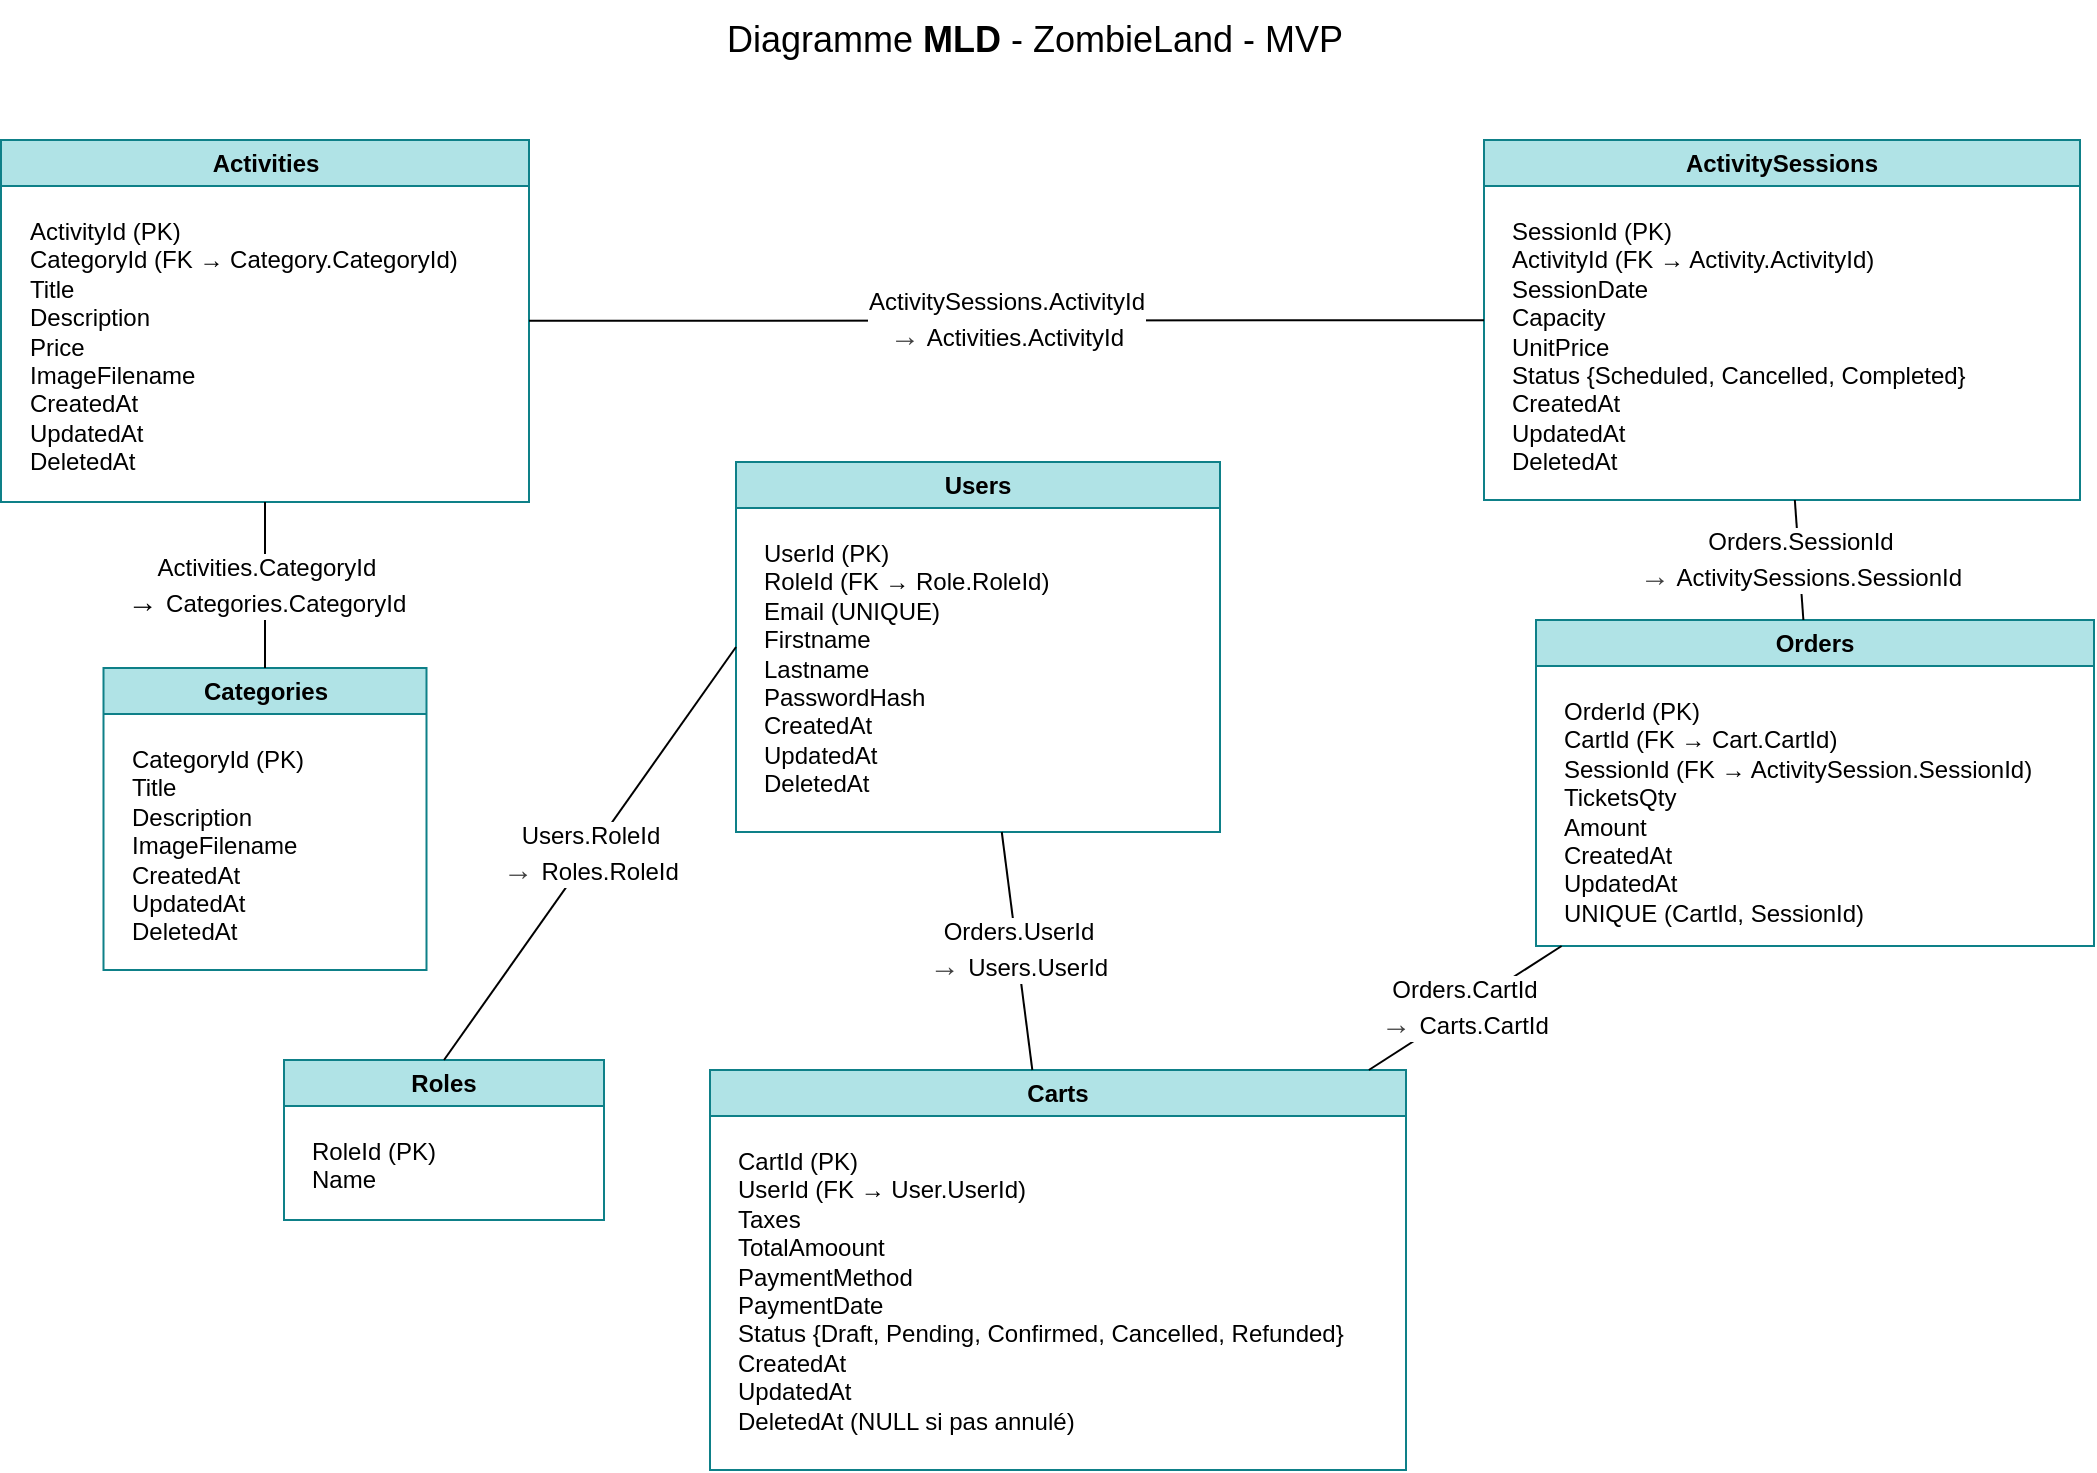
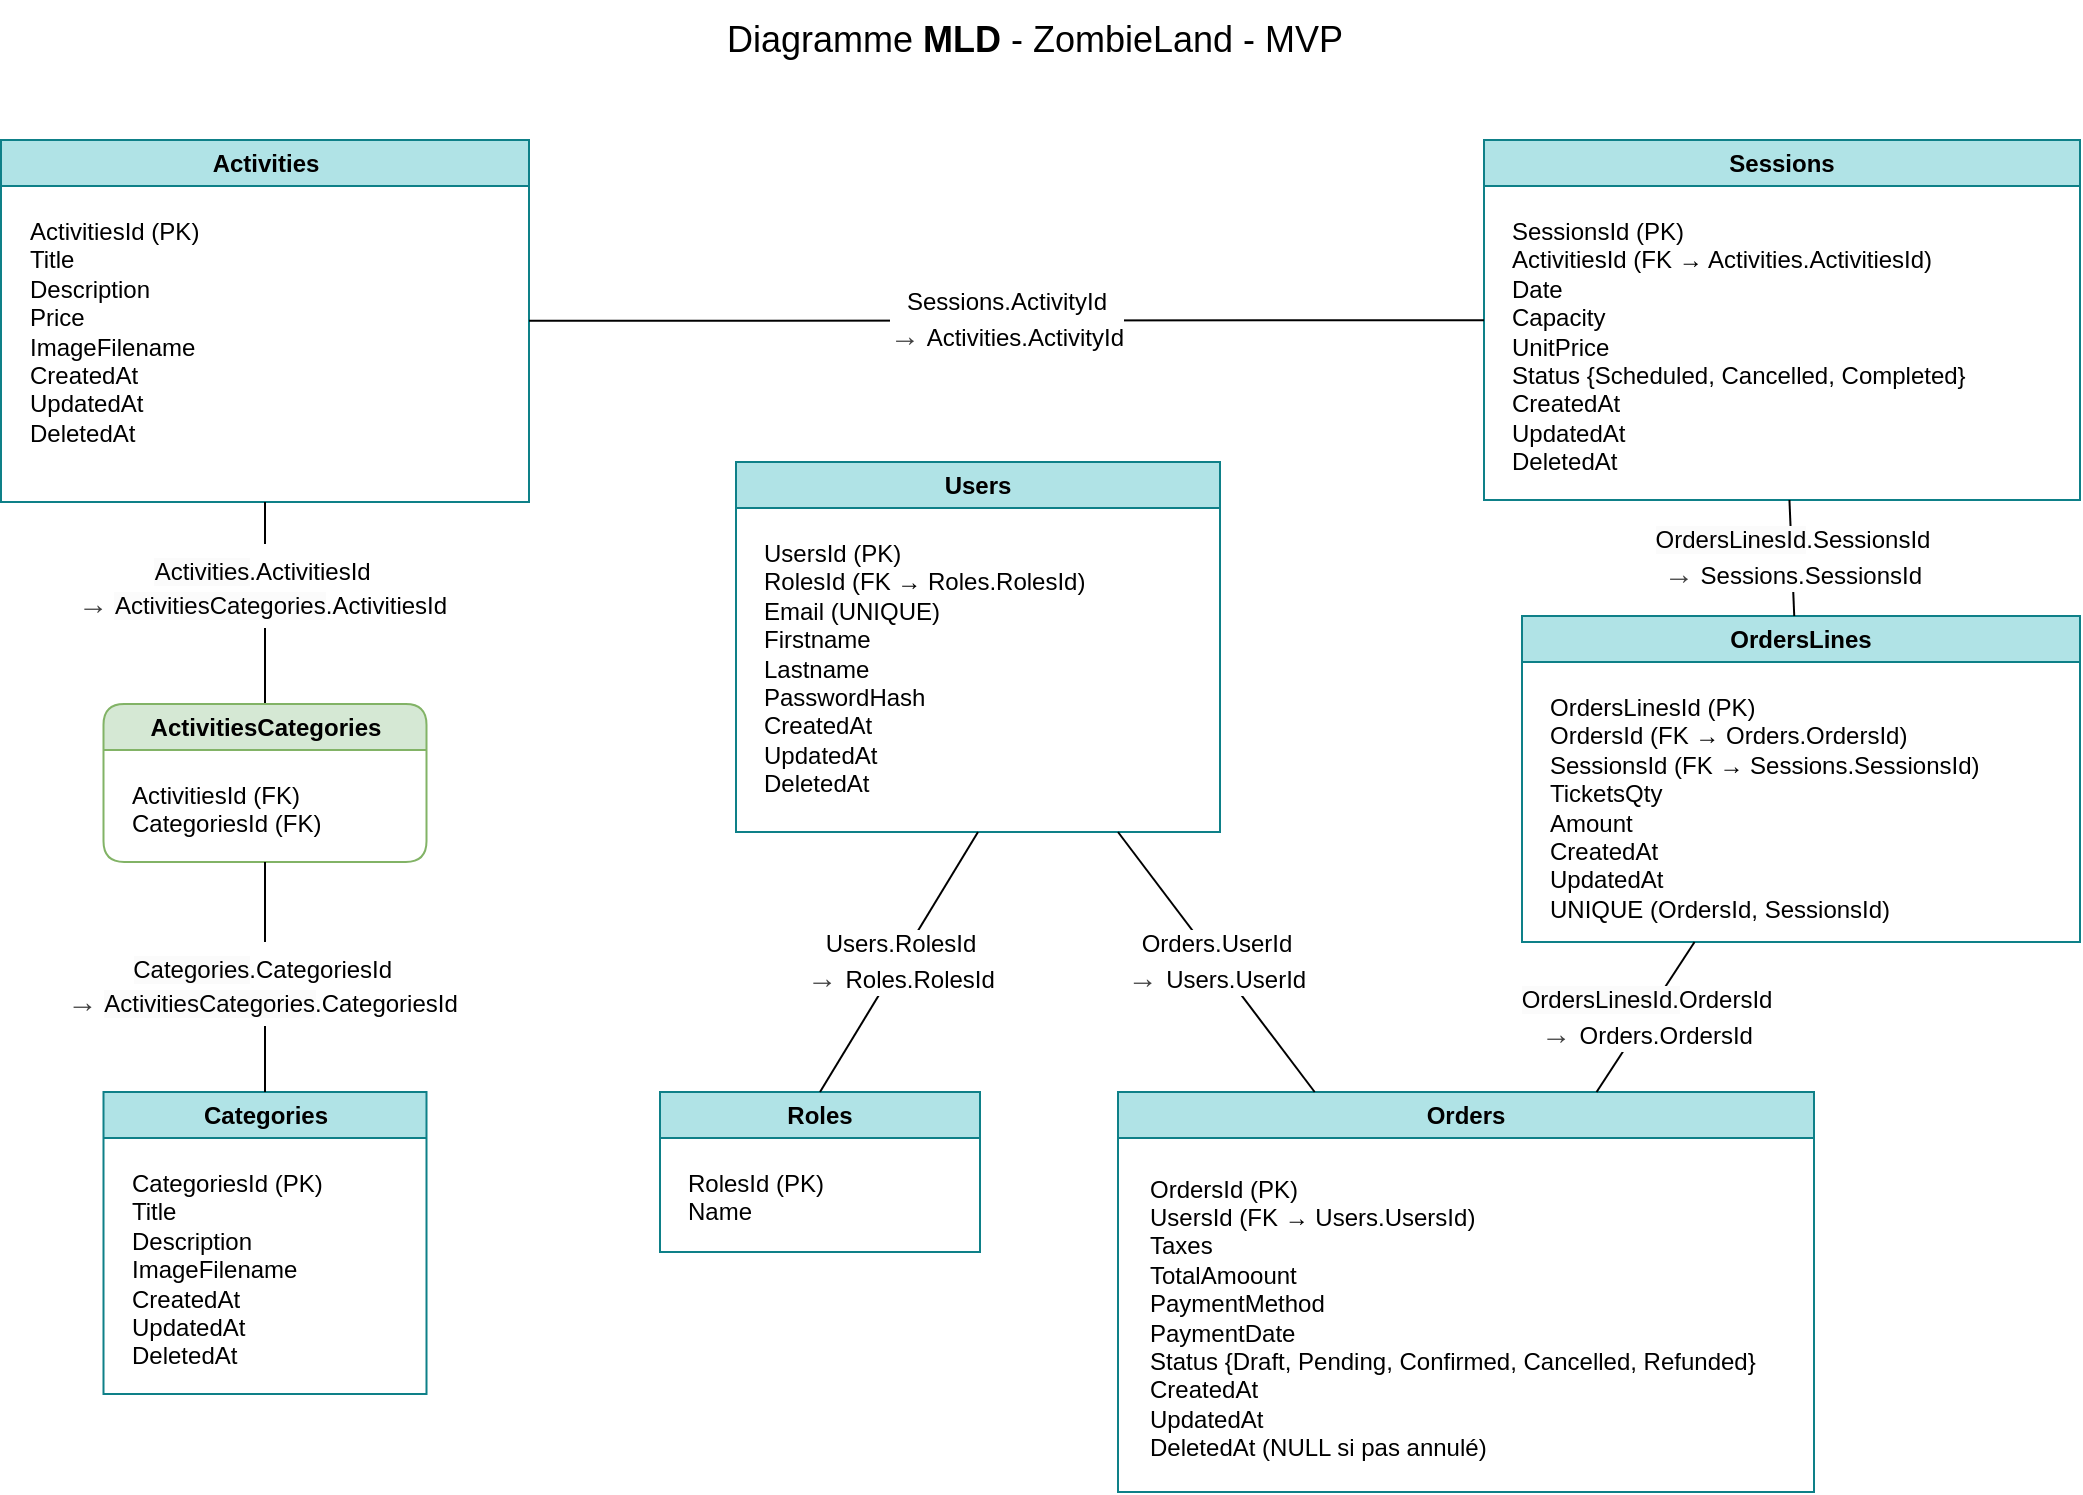
<mxfile host="65bd71144e" scale="1.2" border="20">
    <diagram id="fsbzk8zL0QScQSCVCOah" name="Page-1">
        <mxGraphModel dx="1162" dy="922" grid="0" gridSize="10" guides="1" tooltips="1" connect="1" arrows="1" fold="1" page="1" pageScale="1" pageWidth="1169" pageHeight="827" background="#ffffff" math="0" shadow="0">
            <root>
                <mxCell id="0"/>
                <mxCell id="1" parent="0"/>
                <mxCell id="t0" value="&lt;span style=&quot;font-weight: normal;&quot;&gt;Diagramme &lt;/span&gt;MLD &lt;span style=&quot;font-weight: normal;&quot;&gt;- ZombieLand - MVP&lt;/span&gt;" style="text;strokeColor=none;fillColor=none;html=1;fontSize=18;fontStyle=1;verticalAlign=middle;align=center;fontColor=#000000;fontFamily=Helvetica;" parent="1" vertex="1">
                    <mxGeometry x="360" y="40" width="450" height="40" as="geometry"/>
                </mxCell>
                <mxCell id="c_tbl" value="Categories" style="swimlane;whiteSpace=wrap;html=1;fillColor=#b0e3e6;shadow=0;rounded=0;swimlaneLine=1;fontStyle=1;fontSize=12;align=center;fontFamily=Helvetica;strokeColor=#0e8088;" parent="1" vertex="1">
-                     <mxGeometry x="119.75" y="374" width="161.5" height="151" as="geometry"/>
+                     <mxGeometry x="119.75" y="586" width="161.5" height="151" as="geometry"/>
                </mxCell>
-                 <mxCell id="c_cols" value="&lt;div&gt;&lt;font style=&quot;color: light-dark(rgb(0, 0, 0), rgb(0, 0, 0));&quot;&gt;CategoryId (PK)&lt;/font&gt;&lt;/div&gt;&lt;div&gt;&lt;font style=&quot;color: light-dark(rgb(0, 0, 0), rgb(0, 0, 0));&quot;&gt;Title&lt;/font&gt;&lt;/div&gt;&lt;div&gt;&lt;font style=&quot;color: light-dark(rgb(0, 0, 0), rgb(0, 0, 0));&quot;&gt;Description&lt;/font&gt;&lt;/div&gt;&lt;div&gt;&lt;span style=&quot;color: rgb(0, 0, 0);&quot;&gt;ImageFilename&lt;/span&gt;&lt;/div&gt;&lt;div&gt;&lt;div style=&quot;color: rgb(63, 63, 63); scrollbar-color: rgb(226, 226, 226) rgb(251, 251, 251);&quot;&gt;&lt;font style=&quot;scrollbar-color: rgb(226, 226, 226) rgb(251, 251, 251); color: rgb(0, 0, 0);&quot;&gt;CreatedAt&amp;nbsp;&amp;nbsp;&lt;/font&gt;&lt;/div&gt;&lt;div style=&quot;color: rgb(63, 63, 63); scrollbar-color: rgb(226, 226, 226) rgb(251, 251, 251);&quot;&gt;&lt;font style=&quot;scrollbar-color: rgb(226, 226, 226) rgb(251, 251, 251); color: rgb(0, 0, 0);&quot;&gt;UpdatedAt&amp;nbsp;&amp;nbsp;&lt;/font&gt;&lt;/div&gt;&lt;div style=&quot;color: rgb(63, 63, 63); scrollbar-color: rgb(226, 226, 226) rgb(251, 251, 251);&quot;&gt;&lt;font style=&quot;scrollbar-color: rgb(226, 226, 226) rgb(251, 251, 251); color: rgb(0, 0, 0);&quot;&gt;DeletedAt&lt;/font&gt;&lt;/div&gt;&lt;/div&gt;" style="text;html=1;align=left;verticalAlign=top;resizable=0;points=[];autosize=1;strokeColor=none;fillColor=none;spacing=4;spacingTop=0;spacingLeft=0;horizontal=1;fontColor=#000000;fontSize=12;fontFamily=Helvetica;" parent="c_tbl" vertex="1">
-                     <mxGeometry x="10" y="30" width="106" height="115" as="geometry"/>
+                 <mxCell id="c_cols" value="&lt;div&gt;&lt;font style=&quot;color: light-dark(rgb(0, 0, 0), rgb(0, 0, 0));&quot;&gt;CategoriesId (PK)&lt;/font&gt;&lt;/div&gt;&lt;div&gt;&lt;font style=&quot;color: light-dark(rgb(0, 0, 0), rgb(0, 0, 0));&quot;&gt;Title&lt;/font&gt;&lt;/div&gt;&lt;div&gt;&lt;font style=&quot;color: light-dark(rgb(0, 0, 0), rgb(0, 0, 0));&quot;&gt;Description&lt;/font&gt;&lt;/div&gt;&lt;div&gt;&lt;span style=&quot;color: rgb(0, 0, 0);&quot;&gt;ImageFilename&lt;/span&gt;&lt;/div&gt;&lt;div&gt;&lt;div style=&quot;color: rgb(63, 63, 63); scrollbar-color: rgb(226, 226, 226) rgb(251, 251, 251);&quot;&gt;&lt;font style=&quot;scrollbar-color: rgb(226, 226, 226) rgb(251, 251, 251); color: rgb(0, 0, 0);&quot;&gt;CreatedAt&amp;nbsp;&amp;nbsp;&lt;/font&gt;&lt;/div&gt;&lt;div style=&quot;color: rgb(63, 63, 63); scrollbar-color: rgb(226, 226, 226) rgb(251, 251, 251);&quot;&gt;&lt;font style=&quot;scrollbar-color: rgb(226, 226, 226) rgb(251, 251, 251); color: rgb(0, 0, 0);&quot;&gt;UpdatedAt&amp;nbsp;&amp;nbsp;&lt;/font&gt;&lt;/div&gt;&lt;div style=&quot;color: rgb(63, 63, 63); scrollbar-color: rgb(226, 226, 226) rgb(251, 251, 251);&quot;&gt;&lt;font style=&quot;scrollbar-color: rgb(226, 226, 226) rgb(251, 251, 251); color: rgb(0, 0, 0);&quot;&gt;DeletedAt&lt;/font&gt;&lt;/div&gt;&lt;/div&gt;" style="text;html=1;align=left;verticalAlign=top;resizable=0;points=[];autosize=1;strokeColor=none;fillColor=none;spacing=4;spacingTop=0;spacingLeft=0;horizontal=1;fontColor=#000000;fontSize=12;fontFamily=Helvetica;" parent="c_tbl" vertex="1">
+                     <mxGeometry x="10" y="30" width="115" height="115" as="geometry"/>
                </mxCell>
                <mxCell id="a_tbl" value="Activities" style="swimlane;whiteSpace=wrap;html=1;fillColor=#b0e3e6;shadow=0;rounded=0;swimlaneLine=1;fontStyle=1;fontSize=12;align=center;fontFamily=Helvetica;strokeColor=#0e8088;" parent="1" vertex="1">
                    <mxGeometry x="68.5" y="110" width="264" height="181" as="geometry"/>
                </mxCell>
-                 <mxCell id="a_cols" value="&lt;div&gt;&lt;font style=&quot;color: rgb(0, 0, 0);&quot;&gt;ActivityId (PK)&lt;/font&gt;&lt;/div&gt;&lt;div&gt;&lt;font style=&quot;color: rgb(0, 0, 0);&quot;&gt;CategoryId (FK → Category.CategoryId)&lt;/font&gt;&lt;/div&gt;&lt;div&gt;&lt;font style=&quot;color: rgb(0, 0, 0);&quot;&gt;Title&lt;/font&gt;&lt;/div&gt;&lt;div&gt;&lt;font style=&quot;color: rgb(0, 0, 0);&quot;&gt;Description&lt;/font&gt;&lt;/div&gt;&lt;div&gt;&lt;font style=&quot;color: rgb(0, 0, 0);&quot;&gt;Price&lt;/font&gt;&lt;/div&gt;&lt;div&gt;&lt;font style=&quot;color: rgb(0, 0, 0);&quot;&gt;ImageFilename&lt;/font&gt;&lt;/div&gt;&lt;div&gt;&lt;font style=&quot;color: rgb(0, 0, 0);&quot;&gt;CreatedAt&lt;/font&gt;&lt;/div&gt;&lt;div&gt;&lt;font style=&quot;color: rgb(0, 0, 0);&quot;&gt;UpdatedAt&lt;/font&gt;&lt;/div&gt;&lt;div&gt;&lt;font style=&quot;color: rgb(0, 0, 0);&quot;&gt;DeletedAt&lt;/font&gt;&lt;/div&gt;" style="text;html=1;align=left;verticalAlign=top;resizable=0;points=[];autosize=1;strokeColor=none;fillColor=none;spacing=4;spacingTop=0;spacingLeft=0;horizontal=1;fontColor=#000000;fontSize=12;fontFamily=Helvetica;" parent="a_tbl" vertex="1">
-                     <mxGeometry x="10" y="30" width="234" height="144" as="geometry"/>
+                 <mxCell id="a_cols" value="&lt;div&gt;&lt;font style=&quot;color: rgb(0, 0, 0);&quot;&gt;ActivitiesId (PK)&lt;/font&gt;&lt;/div&gt;&lt;div&gt;&lt;span style=&quot;background-color: transparent;&quot;&gt;Title&lt;/span&gt;&lt;/div&gt;&lt;div&gt;&lt;font style=&quot;color: rgb(0, 0, 0);&quot;&gt;Description&lt;/font&gt;&lt;/div&gt;&lt;div&gt;&lt;font style=&quot;color: rgb(0, 0, 0);&quot;&gt;Price&lt;/font&gt;&lt;/div&gt;&lt;div&gt;&lt;font style=&quot;color: rgb(0, 0, 0);&quot;&gt;ImageFilename&lt;/font&gt;&lt;/div&gt;&lt;div&gt;&lt;font style=&quot;color: rgb(0, 0, 0);&quot;&gt;CreatedAt&lt;/font&gt;&lt;/div&gt;&lt;div&gt;&lt;font style=&quot;color: rgb(0, 0, 0);&quot;&gt;UpdatedAt&lt;/font&gt;&lt;/div&gt;&lt;div&gt;&lt;font style=&quot;color: rgb(0, 0, 0);&quot;&gt;DeletedAt&lt;/font&gt;&lt;/div&gt;" style="text;html=1;align=left;verticalAlign=top;resizable=0;points=[];autosize=1;strokeColor=none;fillColor=none;spacing=4;spacingTop=0;spacingLeft=0;horizontal=1;fontColor=#000000;fontSize=12;fontFamily=Helvetica;" parent="a_tbl" vertex="1">
+                     <mxGeometry x="10" y="30" width="105" height="129" as="geometry"/>
                </mxCell>
-                 <mxCell id="s_tbl" value="ActivitySessions" style="swimlane;whiteSpace=wrap;html=1;fillColor=#b0e3e6;shadow=0;rounded=0;swimlaneLine=1;fontStyle=1;fontSize=12;align=center;fontFamily=Helvetica;strokeColor=#0e8088;" parent="1" vertex="1">
+                 <mxCell id="s_tbl" value="Sessions" style="swimlane;whiteSpace=wrap;html=1;fillColor=#b0e3e6;shadow=0;rounded=0;swimlaneLine=1;fontStyle=1;fontSize=12;align=center;fontFamily=Helvetica;strokeColor=#0e8088;startSize=23;" parent="1" vertex="1">
                    <mxGeometry x="810" y="110" width="298" height="180" as="geometry"/>
                </mxCell>
-                 <mxCell id="s_cols" value="&lt;div&gt;&lt;font color=&quot;#000000&quot;&gt;SessionId (PK)&lt;/font&gt;&lt;/div&gt;&lt;div&gt;&lt;font color=&quot;#000000&quot;&gt;ActivityId (FK → Activity.ActivityId)&lt;/font&gt;&lt;/div&gt;&lt;div&gt;&lt;font color=&quot;#000000&quot;&gt;SessionDate&lt;/font&gt;&lt;/div&gt;&lt;div&gt;&lt;font color=&quot;#000000&quot;&gt;Capacity&lt;/font&gt;&lt;/div&gt;&lt;div&gt;&lt;font color=&quot;#000000&quot;&gt;UnitPrice&lt;/font&gt;&lt;/div&gt;&lt;div&gt;&lt;font color=&quot;#000000&quot;&gt;Status {Scheduled, Cancelled, Completed}&lt;/font&gt;&lt;/div&gt;&lt;div&gt;&lt;div style=&quot;color: rgb(63, 63, 63); scrollbar-color: rgb(226, 226, 226) rgb(251, 251, 251);&quot;&gt;&lt;font style=&quot;scrollbar-color: rgb(226, 226, 226) rgb(251, 251, 251); color: rgb(0, 0, 0);&quot;&gt;CreatedAt&lt;/font&gt;&lt;/div&gt;&lt;div style=&quot;color: rgb(63, 63, 63); scrollbar-color: rgb(226, 226, 226) rgb(251, 251, 251);&quot;&gt;&lt;font style=&quot;scrollbar-color: rgb(226, 226, 226) rgb(251, 251, 251); color: rgb(0, 0, 0);&quot;&gt;UpdatedAt&lt;/font&gt;&lt;/div&gt;&lt;div style=&quot;color: rgb(63, 63, 63); scrollbar-color: rgb(226, 226, 226) rgb(251, 251, 251);&quot;&gt;&lt;font style=&quot;scrollbar-color: rgb(226, 226, 226) rgb(251, 251, 251); color: rgb(0, 0, 0);&quot;&gt;DeletedAt&lt;/font&gt;&lt;/div&gt;&lt;/div&gt;" style="text;html=1;align=left;verticalAlign=top;resizable=0;points=[];autosize=1;strokeColor=none;fillColor=none;spacing=4;spacingTop=0;spacingLeft=0;horizontal=1;fontColor=#000000;fontSize=12;fontFamily=Helvetica;" parent="s_tbl" vertex="1">
+                 <mxCell id="s_cols" value="&lt;div&gt;&lt;font color=&quot;#000000&quot;&gt;SessionsId (PK)&lt;/font&gt;&lt;/div&gt;&lt;div&gt;&lt;font color=&quot;#000000&quot;&gt;ActivitiesId (FK → Activities.ActivitiesId)&lt;/font&gt;&lt;/div&gt;&lt;div&gt;&lt;font color=&quot;#000000&quot;&gt;Date&lt;/font&gt;&lt;/div&gt;&lt;div&gt;&lt;font color=&quot;#000000&quot;&gt;Capacity&lt;/font&gt;&lt;/div&gt;&lt;div&gt;&lt;font color=&quot;#000000&quot;&gt;UnitPrice&lt;/font&gt;&lt;/div&gt;&lt;div&gt;&lt;font color=&quot;#000000&quot;&gt;Status {Scheduled, Cancelled, Completed}&lt;/font&gt;&lt;/div&gt;&lt;div&gt;&lt;div style=&quot;color: rgb(63, 63, 63); scrollbar-color: rgb(226, 226, 226) rgb(251, 251, 251);&quot;&gt;&lt;font style=&quot;scrollbar-color: rgb(226, 226, 226) rgb(251, 251, 251); color: rgb(0, 0, 0);&quot;&gt;CreatedAt&lt;/font&gt;&lt;/div&gt;&lt;div style=&quot;color: rgb(63, 63, 63); scrollbar-color: rgb(226, 226, 226) rgb(251, 251, 251);&quot;&gt;&lt;font style=&quot;scrollbar-color: rgb(226, 226, 226) rgb(251, 251, 251); color: rgb(0, 0, 0);&quot;&gt;UpdatedAt&lt;/font&gt;&lt;/div&gt;&lt;div style=&quot;color: rgb(63, 63, 63); scrollbar-color: rgb(226, 226, 226) rgb(251, 251, 251);&quot;&gt;&lt;font style=&quot;scrollbar-color: rgb(226, 226, 226) rgb(251, 251, 251); color: rgb(0, 0, 0);&quot;&gt;DeletedAt&lt;/font&gt;&lt;/div&gt;&lt;/div&gt;" style="text;html=1;align=left;verticalAlign=top;resizable=0;points=[];autosize=1;strokeColor=none;fillColor=none;spacing=4;spacingTop=0;spacingLeft=0;horizontal=1;fontColor=#000000;fontSize=12;fontFamily=Helvetica;" parent="s_tbl" vertex="1">
                    <mxGeometry x="10" y="30" width="247" height="144" as="geometry"/>
                </mxCell>
-                 <mxCell id="o_tbl" value="Carts" style="swimlane;whiteSpace=wrap;html=1;fillColor=#b0e3e6;shadow=0;rounded=0;swimlaneLine=1;fontStyle=1;fontSize=12;align=center;fontFamily=Helvetica;strokeColor=#0e8088;" parent="1" vertex="1">
-                     <mxGeometry x="423" y="575" width="348" height="200" as="geometry"/>
+                 <mxCell id="o_tbl" value="Orders" style="swimlane;whiteSpace=wrap;html=1;fillColor=#b0e3e6;shadow=0;rounded=0;swimlaneLine=1;fontStyle=1;fontSize=12;align=center;fontFamily=Helvetica;strokeColor=#0e8088;startSize=23;" parent="1" vertex="1">
+                     <mxGeometry x="627" y="586" width="348" height="200" as="geometry"/>
                </mxCell>
-                 <mxCell id="o_cols" value="&lt;div&gt;&lt;font color=&quot;#000000&quot;&gt;CartId (PK)&lt;/font&gt;&lt;/div&gt;&lt;div&gt;&lt;font color=&quot;#000000&quot;&gt;UserId (FK → User.UserId)&lt;/font&gt;&lt;/div&gt;&lt;div&gt;&lt;span style=&quot;background-color: transparent;&quot;&gt;Taxes&lt;/span&gt;&lt;/div&gt;&lt;div&gt;&lt;font color=&quot;#000000&quot;&gt;TotalAmoount&lt;/font&gt;&lt;/div&gt;&lt;div&gt;&lt;font color=&quot;#000000&quot;&gt;PaymentMethod&lt;/font&gt;&lt;/div&gt;&lt;div&gt;&lt;font color=&quot;#000000&quot;&gt;PaymentDate&lt;/font&gt;&lt;/div&gt;&lt;div&gt;&lt;font color=&quot;#000000&quot;&gt;Status {Draft, Pending, Confirmed, Cancelled, Refunded}&lt;/font&gt;&lt;/div&gt;&lt;div&gt;&lt;font color=&quot;#000000&quot;&gt;CreatedAt&lt;/font&gt;&lt;/div&gt;&lt;div&gt;&lt;font color=&quot;#000000&quot;&gt;UpdatedAt&lt;/font&gt;&lt;/div&gt;&lt;div&gt;&lt;font color=&quot;#000000&quot;&gt;DeletedAt (NULL si pas annulé)&lt;/font&gt;&lt;/div&gt;" style="text;html=1;align=left;verticalAlign=top;resizable=0;points=[];autosize=1;strokeColor=none;fillColor=none;spacing=4;spacingTop=0;spacingLeft=0;horizontal=1;fontColor=#000000;fontSize=12;fontFamily=Helvetica;" parent="o_tbl" vertex="1">
-                     <mxGeometry x="10" y="30" width="323" height="158" as="geometry"/>
+                 <mxCell id="16" value="&lt;div&gt;&lt;font color=&quot;#000000&quot;&gt;OrdersId (PK)&lt;/font&gt;&lt;/div&gt;&lt;div&gt;&lt;font color=&quot;#000000&quot;&gt;UsersId (FK → Users.UsersId)&lt;/font&gt;&lt;/div&gt;&lt;div&gt;&lt;font color=&quot;#000000&quot;&gt;Taxes&lt;/font&gt;&lt;/div&gt;&lt;div&gt;&lt;font color=&quot;#000000&quot;&gt;TotalAmoount&lt;/font&gt;&lt;/div&gt;&lt;div&gt;&lt;font color=&quot;#000000&quot;&gt;PaymentMethod&lt;/font&gt;&lt;/div&gt;&lt;div&gt;&lt;font color=&quot;#000000&quot;&gt;PaymentDate&lt;/font&gt;&lt;/div&gt;&lt;div&gt;&lt;font color=&quot;#000000&quot;&gt;Status {Draft, Pending, Confirmed, Cancelled, Refunded}&lt;/font&gt;&lt;/div&gt;&lt;div&gt;&lt;font color=&quot;#000000&quot;&gt;CreatedAt&lt;/font&gt;&lt;/div&gt;&lt;div&gt;&lt;font color=&quot;#000000&quot;&gt;UpdatedAt&lt;/font&gt;&lt;/div&gt;&lt;div&gt;&lt;font color=&quot;#000000&quot;&gt;DeletedAt (NULL si pas annulé)&lt;/font&gt;&lt;/div&gt;" style="text;html=1;align=left;verticalAlign=middle;resizable=0;points=[];autosize=1;strokeColor=none;fillColor=none;" parent="o_tbl" vertex="1">
+                     <mxGeometry x="13.5" y="35" width="321" height="156" as="geometry"/>
                </mxCell>
-                 <mxCell id="ol_tbl" value="Orders" style="swimlane;whiteSpace=wrap;html=1;fillColor=#b0e3e6;shadow=0;rounded=0;swimlaneLine=1;fontStyle=1;fontSize=12;align=center;fontFamily=Helvetica;strokeColor=#0e8088;" parent="1" vertex="1">
-                     <mxGeometry x="836" y="350" width="279" height="163" as="geometry"/>
+                 <mxCell id="ol_tbl" value="OrdersLines" style="swimlane;whiteSpace=wrap;html=1;fillColor=#b0e3e6;shadow=0;rounded=0;swimlaneLine=1;fontStyle=1;fontSize=12;align=center;fontFamily=Helvetica;strokeColor=#0e8088;" parent="1" vertex="1">
+                     <mxGeometry x="829" y="348" width="279" height="163" as="geometry"/>
                </mxCell>
-                 <mxCell id="ol_cols" value="&lt;div&gt;&lt;font color=&quot;#000000&quot;&gt;OrderId (PK)&lt;/font&gt;&lt;/div&gt;&lt;div&gt;&lt;font color=&quot;#000000&quot;&gt;CartId (FK → Cart.CartId)&lt;/font&gt;&lt;/div&gt;&lt;div&gt;&lt;font color=&quot;#000000&quot;&gt;SessionId (FK → ActivitySession.SessionId)&lt;/font&gt;&lt;/div&gt;&lt;div&gt;&lt;font color=&quot;#000000&quot;&gt;TicketsQty&lt;/font&gt;&lt;/div&gt;&lt;div&gt;&lt;font color=&quot;#000000&quot;&gt;Amount&lt;/font&gt;&lt;/div&gt;&lt;div&gt;&lt;font color=&quot;#000000&quot;&gt;CreatedAt&lt;/font&gt;&lt;/div&gt;&lt;div&gt;&lt;font color=&quot;#000000&quot;&gt;UpdatedAt&lt;/font&gt;&lt;/div&gt;&lt;div&gt;&lt;font color=&quot;#000000&quot;&gt;UNIQUE (CartId, SessionId)&lt;/font&gt;&lt;/div&gt;" style="text;html=1;align=left;verticalAlign=top;resizable=0;points=[];autosize=1;strokeColor=none;fillColor=none;spacing=4;spacingTop=0;spacingLeft=0;horizontal=1;fontColor=#000000;fontSize=12;fontFamily=Helvetica;" parent="ol_tbl" vertex="1">
-                     <mxGeometry x="10" y="30" width="254" height="129" as="geometry"/>
+                 <mxCell id="ol_cols" value="&lt;div&gt;&lt;font color=&quot;#000000&quot;&gt;OrdersLinesId (PK)&lt;/font&gt;&lt;/div&gt;&lt;div&gt;&lt;font color=&quot;#000000&quot;&gt;OrdersId (FK → Orders.OrdersId)&lt;/font&gt;&lt;/div&gt;&lt;div&gt;&lt;font color=&quot;#000000&quot;&gt;SessionsId (FK → Sessions.SessionsId)&lt;/font&gt;&lt;/div&gt;&lt;div&gt;&lt;font color=&quot;#000000&quot;&gt;TicketsQty&lt;/font&gt;&lt;/div&gt;&lt;div&gt;&lt;font color=&quot;#000000&quot;&gt;Amount&lt;/font&gt;&lt;/div&gt;&lt;div&gt;&lt;font color=&quot;#000000&quot;&gt;CreatedAt&lt;/font&gt;&lt;/div&gt;&lt;div&gt;&lt;font color=&quot;#000000&quot;&gt;UpdatedAt&lt;/font&gt;&lt;/div&gt;&lt;div&gt;&lt;font color=&quot;#000000&quot;&gt;UNIQUE (OrdersId, SessionsId)&lt;/font&gt;&lt;/div&gt;" style="text;html=1;align=left;verticalAlign=top;resizable=0;points=[];autosize=1;strokeColor=none;fillColor=none;spacing=4;spacingTop=0;spacingLeft=0;horizontal=1;fontColor=#000000;fontSize=12;fontFamily=Helvetica;" parent="ol_tbl" vertex="1">
+                     <mxGeometry x="10" y="30" width="235" height="129" as="geometry"/>
                </mxCell>
-                 <mxCell id="e_act_cat" value="Activities.CategoryId &lt;br&gt;&lt;b&gt;&lt;font style=&quot;font-size: 15px;&quot;&gt;→ &lt;/font&gt;&lt;/b&gt;Categories.CategoryId" style="endArrow=none;html=1;strokeWidth=1;rounded=0;fontColor=#000000;fontFamily=Helvetica;fontSize=12;" parent="1" source="a_tbl" target="c_tbl" edge="1">
+                 <mxCell id="e_act_cat" value="" style="endArrow=none;html=1;strokeWidth=1;rounded=0;fontColor=#000000;fontFamily=Helvetica;fontSize=12;entryX=0.5;entryY=0;entryDx=0;entryDy=0;" parent="1" source="17" target="6" edge="1">
                    <mxGeometry relative="1" as="geometry">
                        <mxPoint x="401" y="430" as="sourcePoint"/>
                        <mxPoint x="361" y="480" as="targetPoint"/>
                    </mxGeometry>
                </mxCell>
-                 <mxCell id="e_sess_act" value="ActivitySessions.ActivityId &lt;br&gt;&lt;b style=&quot;color: rgb(63, 63, 63); scrollbar-color: rgb(226, 226, 226) rgb(251, 251, 251);&quot;&gt;&lt;font style=&quot;color: rgb(63, 63, 63); scrollbar-color: rgb(226, 226, 226) rgb(251, 251, 251); font-size: 15px;&quot;&gt;→&lt;/font&gt;&lt;/b&gt;&amp;nbsp;Activities.ActivityId" style="endArrow=none;html=1;strokeWidth=1;rounded=0;fontColor=#000000;fontFamily=Helvetica;fontSize=12;" parent="1" source="s_tbl" target="a_tbl" edge="1">
+                 <mxCell id="e_sess_act" value="Sessions.ActivityId &lt;br&gt;&lt;b style=&quot;color: rgb(63, 63, 63); scrollbar-color: rgb(226, 226, 226) rgb(251, 251, 251);&quot;&gt;&lt;font style=&quot;color: rgb(63, 63, 63); scrollbar-color: rgb(226, 226, 226) rgb(251, 251, 251); font-size: 15px;&quot;&gt;→&lt;/font&gt;&lt;/b&gt;&amp;nbsp;Activities.ActivityId" style="endArrow=none;html=1;strokeWidth=1;rounded=0;fontColor=#000000;fontFamily=Helvetica;fontSize=12;" parent="1" source="s_tbl" target="a_tbl" edge="1">
                    <mxGeometry relative="1" as="geometry">
                        <mxPoint x="791" y="350" as="sourcePoint"/>
                        <mxPoint x="741" y="390" as="targetPoint"/>
                    </mxGeometry>
                </mxCell>
-                 <mxCell id="e_ol_order" value="Orders.CartId&lt;br&gt;&lt;b style=&quot;color: rgb(63, 63, 63); scrollbar-color: rgb(226, 226, 226) rgb(251, 251, 251);&quot;&gt;&lt;font style=&quot;color: rgb(63, 63, 63); scrollbar-color: rgb(226, 226, 226) rgb(251, 251, 251); font-size: 15px;&quot;&gt;→&amp;nbsp;&lt;/font&gt;&lt;/b&gt;Carts.CartId" style="endArrow=none;html=1;strokeWidth=1;rounded=0;fontColor=#000000;fontFamily=Helvetica;fontSize=12;" parent="1" source="ol_tbl" target="o_tbl" edge="1">
+                 <mxCell id="e_ol_order" value="&lt;span style=&quot;color: rgb(0, 0, 0); text-align: left; background-color: rgb(251, 251, 251);&quot;&gt;OrdersLinesId.&lt;/span&gt;OrdersId&lt;br&gt;&lt;b style=&quot;color: rgb(63, 63, 63); scrollbar-color: rgb(226, 226, 226) rgb(251, 251, 251);&quot;&gt;&lt;font style=&quot;color: rgb(63, 63, 63); scrollbar-color: rgb(226, 226, 226) rgb(251, 251, 251); font-size: 15px;&quot;&gt;→&amp;nbsp;&lt;/font&gt;&lt;/b&gt;&lt;span style=&quot;color: rgb(0, 0, 0);&quot;&gt;Orders&lt;/span&gt;.&lt;span style=&quot;color: rgb(0, 0, 0);&quot;&gt;OrdersId&lt;/span&gt;" style="endArrow=none;html=1;strokeWidth=1;rounded=0;fontColor=#000000;fontFamily=Helvetica;fontSize=12;" parent="1" source="ol_tbl" target="o_tbl" edge="1">
                    <mxGeometry relative="1" as="geometry">
                        <mxPoint x="561" y="570" as="sourcePoint"/>
                        <mxPoint x="561" y="320" as="targetPoint"/>
                    </mxGeometry>
                </mxCell>
-                 <mxCell id="e_ol_sess" value="Orders.SessionId &lt;br&gt;&lt;b style=&quot;color: rgb(63, 63, 63); scrollbar-color: rgb(226, 226, 226) rgb(251, 251, 251);&quot;&gt;&lt;font style=&quot;color: rgb(63, 63, 63); scrollbar-color: rgb(226, 226, 226) rgb(251, 251, 251); font-size: 15px;&quot;&gt;→&lt;/font&gt;&lt;/b&gt;&amp;nbsp;ActivitySessions.SessionId" style="endArrow=none;html=1;strokeWidth=1;rounded=0;fontColor=#000000;fontFamily=Helvetica;fontSize=12;" parent="1" source="ol_tbl" target="s_tbl" edge="1">
+                 <mxCell id="e_ol_sess" value="&lt;span style=&quot;color: rgb(0, 0, 0); text-align: left; background-color: rgb(251, 251, 251);&quot;&gt;OrdersLinesId&lt;/span&gt;.SessionsId &lt;br&gt;&lt;b style=&quot;color: rgb(63, 63, 63); scrollbar-color: rgb(226, 226, 226) rgb(251, 251, 251);&quot;&gt;&lt;font style=&quot;color: rgb(63, 63, 63); scrollbar-color: rgb(226, 226, 226) rgb(251, 251, 251); font-size: 15px;&quot;&gt;→&lt;/font&gt;&lt;/b&gt;&amp;nbsp;Sessions.SessionsId" style="endArrow=none;html=1;strokeWidth=1;rounded=0;fontColor=#000000;fontFamily=Helvetica;fontSize=12;" parent="1" source="ol_tbl" target="s_tbl" edge="1">
                    <mxGeometry relative="1" as="geometry">
                        <mxPoint x="821" y="610" as="sourcePoint"/>
                        <mxPoint x="971" y="500" as="targetPoint"/>
                    </mxGeometry>
                </mxCell>
                <mxCell id="u_tbl" value="Users" style="swimlane;whiteSpace=wrap;html=1;fillColor=#b0e3e6;shadow=0;rounded=0;swimlaneLine=1;fontStyle=1;fontSize=12;align=center;fontFamily=Helvetica;strokeColor=#0e8088;" parent="1" vertex="1">
                    <mxGeometry x="436" y="271" width="242" height="185" as="geometry"/>
                </mxCell>
-                 <mxCell id="u_cols" value="UserId (PK) &amp;nbsp;&lt;br&gt;RoleId (FK → Role.RoleId) &amp;nbsp;&lt;br&gt;Email (UNIQUE) &amp;nbsp;&lt;br&gt;Firstname &amp;nbsp;&lt;br&gt;Lastname &amp;nbsp;&lt;br&gt;PasswordHash &amp;nbsp;&lt;br&gt;CreatedAt &amp;nbsp;&lt;br&gt;UpdatedAt &amp;nbsp;&lt;br&gt;DeletedAt" style="text;html=1;align=left;verticalAlign=top;resizable=0;points=[];autosize=1;strokeColor=none;fillColor=none;spacing=4;spacingTop=0;spacingLeft=0;horizontal=1;fontColor=#000000;fontSize=12;fontFamily=Helvetica;" parent="u_tbl" vertex="1">
-                     <mxGeometry x="10" y="30" width="169" height="144" as="geometry"/>
+                 <mxCell id="u_cols" value="UsersId (PK) &amp;nbsp;&lt;br&gt;RolesId (FK → Roles.RolesId) &amp;nbsp;&lt;br&gt;Email (UNIQUE) &amp;nbsp;&lt;br&gt;Firstname &amp;nbsp;&lt;br&gt;Lastname &amp;nbsp;&lt;br&gt;PasswordHash &amp;nbsp;&lt;br&gt;CreatedAt &amp;nbsp;&lt;br&gt;UpdatedAt &amp;nbsp;&lt;br&gt;DeletedAt" style="text;html=1;align=left;verticalAlign=top;resizable=0;points=[];autosize=1;strokeColor=none;fillColor=none;spacing=4;spacingTop=0;spacingLeft=0;horizontal=1;fontColor=#000000;fontSize=12;fontFamily=Helvetica;" parent="u_tbl" vertex="1">
+                     <mxGeometry x="10" y="30" width="187" height="144" as="geometry"/>
                </mxCell>
                <mxCell id="e_order_user" value="Orders.UserId &lt;br&gt;&lt;b style=&quot;color: rgb(63, 63, 63); scrollbar-color: rgb(226, 226, 226) rgb(251, 251, 251);&quot;&gt;&lt;font style=&quot;color: rgb(63, 63, 63); scrollbar-color: rgb(226, 226, 226) rgb(251, 251, 251); font-size: 15px;&quot;&gt;→&amp;nbsp;&lt;/font&gt;&lt;/b&gt;Users.UserId" style="endArrow=none;html=1;strokeWidth=1;rounded=0;fontColor=#000000;fontFamily=Helvetica;fontSize=12;" parent="1" source="o_tbl" target="u_tbl" edge="1">
                    <mxGeometry relative="1" as="geometry">
                        <mxPoint x="291" y="480" as="sourcePoint"/>
                        <mxPoint x="111" y="480" as="targetPoint"/>
                    </mxGeometry>
                </mxCell>
                <mxCell id="2" value="Roles" style="swimlane;whiteSpace=wrap;html=1;fillColor=#b0e3e6;shadow=0;rounded=0;swimlaneLine=1;fontStyle=1;fontSize=12;align=center;fontFamily=Helvetica;strokeColor=#0e8088;" parent="1" vertex="1">
-                     <mxGeometry x="210" y="570" width="160" height="80" as="geometry"/>
+                     <mxGeometry x="398" y="586" width="160" height="80" as="geometry"/>
                </mxCell>
-                 <mxCell id="3" value="RoleId (PK) &amp;nbsp;&lt;br&gt;Name" style="text;html=1;align=left;verticalAlign=top;resizable=0;points=[];autosize=1;strokeColor=none;fillColor=none;spacing=4;spacingTop=0;spacingLeft=0;horizontal=1;fontColor=#000000;fontSize=12;fontFamily=Helvetica;" parent="2" vertex="1">
-                     <mxGeometry x="10" y="30" width="89" height="43" as="geometry"/>
+                 <mxCell id="3" value="RolesId (PK) &amp;nbsp;&lt;br&gt;Name" style="text;html=1;align=left;verticalAlign=top;resizable=0;points=[];autosize=1;strokeColor=none;fillColor=none;spacing=4;spacingTop=0;spacingLeft=0;horizontal=1;fontColor=#000000;fontSize=12;fontFamily=Helvetica;" parent="2" vertex="1">
+                     <mxGeometry x="10" y="30" width="95" height="43" as="geometry"/>
                </mxCell>
-                 <mxCell id="4" value="Users.RoleId &lt;br&gt;&lt;b style=&quot;color: rgb(63, 63, 63); scrollbar-color: rgb(226, 226, 226) rgb(251, 251, 251);&quot;&gt;&lt;font style=&quot;color: rgb(63, 63, 63); scrollbar-color: rgb(226, 226, 226) rgb(251, 251, 251); font-size: 15px;&quot;&gt;→&amp;nbsp;&lt;/font&gt;&lt;/b&gt;Roles.RoleId" style="endArrow=none;html=1;strokeWidth=1;rounded=0;exitX=0;exitY=0.5;exitDx=0;exitDy=0;entryX=0.5;entryY=0;entryDx=0;entryDy=0;fontColor=#000000;fontFamily=Helvetica;fontSize=12;" parent="1" source="u_tbl" target="2" edge="1">
+                 <mxCell id="4" value="Users.RolesId &lt;br&gt;&lt;b style=&quot;color: rgb(63, 63, 63); scrollbar-color: rgb(226, 226, 226) rgb(251, 251, 251);&quot;&gt;&lt;font style=&quot;color: rgb(63, 63, 63); scrollbar-color: rgb(226, 226, 226) rgb(251, 251, 251); font-size: 15px;&quot;&gt;→&amp;nbsp;&lt;/font&gt;&lt;/b&gt;Roles.RolesId" style="endArrow=none;html=1;strokeWidth=1;rounded=0;exitX=0.5;exitY=1;exitDx=0;exitDy=0;entryX=0.5;entryY=0;entryDx=0;entryDy=0;fontColor=#000000;fontFamily=Helvetica;fontSize=12;" parent="1" source="u_tbl" target="2" edge="1">
                    <mxGeometry relative="1" as="geometry">
                        <mxPoint x="350" y="409" as="sourcePoint"/>
                        <mxPoint x="346" y="502" as="targetPoint"/>
                    </mxGeometry>
                </mxCell>
+                 <mxCell id="6" value="ActivitiesCategories" style="swimlane;whiteSpace=wrap;html=1;fillColor=#d5e8d4;shadow=0;rounded=1;swimlaneLine=1;fontStyle=1;fontSize=12;align=center;fontFamily=Helvetica;strokeColor=#82b366;startSize=23;" parent="1" vertex="1">
+                     <mxGeometry x="119.75" y="392" width="161.5" height="79" as="geometry"/>
+                 </mxCell>
+                 <mxCell id="7" value="&lt;div&gt;&lt;font color=&quot;#000000&quot;&gt;ActivitiesId (FK)&lt;/font&gt;&lt;/div&gt;&lt;div&gt;&lt;font color=&quot;#000000&quot;&gt;CategoriesId (FK)&lt;/font&gt;&lt;/div&gt;" style="text;html=1;align=left;verticalAlign=top;resizable=0;points=[];autosize=1;strokeColor=none;fillColor=none;spacing=4;spacingTop=0;spacingLeft=0;horizontal=1;fontColor=#000000;fontSize=12;fontFamily=Helvetica;" parent="6" vertex="1">
+                     <mxGeometry x="10" y="30" width="115" height="43" as="geometry"/>
+                 </mxCell>
+                 <mxCell id="12" value="" style="endArrow=none;html=1;strokeWidth=1;rounded=0;fontColor=#000000;fontFamily=Helvetica;fontSize=12;entryX=0.5;entryY=1;entryDx=0;entryDy=0;exitX=0.5;exitY=0;exitDx=0;exitDy=0;" parent="1" source="c_tbl" target="6" edge="1">
+                     <mxGeometry relative="1" as="geometry">
+                         <mxPoint x="165" y="301" as="sourcePoint"/>
+                         <mxPoint x="110" y="409" as="targetPoint"/>
+                     </mxGeometry>
+                 </mxCell>
+                 <mxCell id="18" value="" style="endArrow=none;html=1;strokeWidth=1;rounded=0;fontColor=#000000;fontFamily=Helvetica;fontSize=12;entryX=0.5;entryY=0;entryDx=0;entryDy=0;" parent="1" source="a_tbl" target="17" edge="1">
+                     <mxGeometry relative="1" as="geometry">
+                         <mxPoint x="201" y="291" as="sourcePoint"/>
+                         <mxPoint x="201" y="392" as="targetPoint"/>
+                     </mxGeometry>
+                 </mxCell>
+                 <mxCell id="17" value="&lt;span style=&quot;color: rgb(0, 0, 0); font-family: Helvetica; font-size: 12px; font-style: normal; font-variant-ligatures: normal; font-variant-caps: normal; letter-spacing: normal; orphans: 2; text-indent: 0px; text-transform: none; widows: 2; word-spacing: 0px; -webkit-text-stroke-width: 0px; white-space: nowrap; background-color: rgb(255, 255, 255); text-decoration-thickness: initial; text-decoration-style: initial; text-decoration-color: initial; float: none; display: inline !important;&quot;&gt;&lt;span style=&quot;color: rgb(0, 0, 0); text-wrap-mode: wrap; background-color: rgb(251, 251, 251);&quot;&gt;Activities&lt;/span&gt;.&lt;/span&gt;&lt;span style=&quot;color: rgb(0, 0, 0); text-wrap-mode: nowrap;&quot;&gt;ActivitiesId&amp;nbsp;&lt;/span&gt;&lt;br style=&quot;forced-color-adjust: none; color: rgb(63, 63, 63); scrollbar-color: rgb(226, 226, 226) rgb(251, 251, 251); font-family: Helvetica; font-size: 12px; font-style: normal; font-variant-ligatures: normal; font-variant-caps: normal; letter-spacing: normal; orphans: 2; text-indent: 0px; text-transform: none; widows: 2; word-spacing: 0px; -webkit-text-stroke-width: 0px; white-space: nowrap; text-decoration-thickness: initial; text-decoration-style: initial; text-decoration-color: initial;&quot;&gt;&lt;span style=&quot;forced-color-adjust: none; color: rgb(63, 63, 63); scrollbar-color: rgb(226, 226, 226) rgb(251, 251, 251); font-family: Helvetica; font-size: 12px; font-style: normal; font-variant-ligatures: normal; font-variant-caps: normal; letter-spacing: normal; orphans: 2; text-indent: 0px; text-transform: none; widows: 2; word-spacing: 0px; -webkit-text-stroke-width: 0px; white-space: nowrap; text-decoration-thickness: initial; text-decoration-style: initial; text-decoration-color: initial;&quot;&gt;&lt;font style=&quot;forced-color-adjust: none; color: rgb(63, 63, 63); scrollbar-color: rgb(226, 226, 226) rgb(251, 251, 251); font-size: 15px;&quot;&gt;→&lt;/font&gt;&lt;/span&gt;&lt;span style=&quot;color: rgb(0, 0, 0); font-family: Helvetica; font-size: 12px; font-style: normal; font-variant-ligatures: normal; font-variant-caps: normal; letter-spacing: normal; orphans: 2; text-indent: 0px; text-transform: none; widows: 2; word-spacing: 0px; -webkit-text-stroke-width: 0px; white-space: nowrap; background-color: rgb(255, 255, 255); text-decoration-thickness: initial; text-decoration-style: initial; text-decoration-color: initial; float: none; display: inline !important;&quot;&gt;&amp;nbsp;&lt;span style=&quot;color: rgb(0, 0, 0); text-wrap-mode: wrap; background-color: rgb(251, 251, 251);&quot;&gt;ActivitiesCategories&lt;/span&gt;.&lt;/span&gt;&lt;span style=&quot;color: rgb(0, 0, 0); text-wrap-mode: nowrap;&quot;&gt;ActivitiesId&amp;nbsp;&lt;/span&gt;" style="text;whiteSpace=wrap;html=1;fontStyle=0;align=center;fillColor=default;" parent="1" vertex="1">
+                     <mxGeometry x="103.5" y="312" width="194" height="42" as="geometry"/>
+                 </mxCell>
+                 <mxCell id="20" value="&lt;span style=&quot;color: rgb(0, 0, 0); font-family: Helvetica; font-size: 12px; font-style: normal; font-variant-ligatures: normal; font-variant-caps: normal; letter-spacing: normal; orphans: 2; text-indent: 0px; text-transform: none; widows: 2; word-spacing: 0px; -webkit-text-stroke-width: 0px; white-space: nowrap; background-color: rgb(255, 255, 255); text-decoration-thickness: initial; text-decoration-style: initial; text-decoration-color: initial; float: none; display: inline !important;&quot;&gt;&lt;span style=&quot;color: rgb(0, 0, 0); text-align: left; background-color: rgb(251, 251, 251);&quot;&gt;Categories&lt;/span&gt;.&lt;/span&gt;&lt;span style=&quot;color: rgb(0, 0, 0); text-align: left; text-wrap-mode: nowrap;&quot;&gt;CategoriesId&amp;nbsp;&lt;/span&gt;&lt;br style=&quot;forced-color-adjust: none; color: rgb(63, 63, 63); scrollbar-color: rgb(226, 226, 226) rgb(251, 251, 251); font-family: Helvetica; font-size: 12px; font-style: normal; font-variant-ligatures: normal; font-variant-caps: normal; letter-spacing: normal; orphans: 2; text-indent: 0px; text-transform: none; widows: 2; word-spacing: 0px; -webkit-text-stroke-width: 0px; white-space: nowrap; text-decoration-thickness: initial; text-decoration-style: initial; text-decoration-color: initial;&quot;&gt;&lt;span style=&quot;forced-color-adjust: none; color: rgb(63, 63, 63); scrollbar-color: rgb(226, 226, 226) rgb(251, 251, 251); font-family: Helvetica; font-size: 12px; font-style: normal; font-variant-ligatures: normal; font-variant-caps: normal; letter-spacing: normal; orphans: 2; text-indent: 0px; text-transform: none; widows: 2; word-spacing: 0px; -webkit-text-stroke-width: 0px; white-space: nowrap; text-decoration-thickness: initial; text-decoration-style: initial; text-decoration-color: initial;&quot;&gt;&lt;font style=&quot;forced-color-adjust: none; color: rgb(63, 63, 63); scrollbar-color: rgb(226, 226, 226) rgb(251, 251, 251); font-size: 15px;&quot;&gt;→&lt;/font&gt;&lt;/span&gt;&lt;span style=&quot;color: rgb(0, 0, 0); font-family: Helvetica; font-size: 12px; font-style: normal; font-variant-ligatures: normal; font-variant-caps: normal; letter-spacing: normal; orphans: 2; text-indent: 0px; text-transform: none; widows: 2; word-spacing: 0px; -webkit-text-stroke-width: 0px; white-space: nowrap; background-color: rgb(255, 255, 255); text-decoration-thickness: initial; text-decoration-style: initial; text-decoration-color: initial; float: none; display: inline !important;&quot;&gt;&amp;nbsp;&lt;span style=&quot;color: rgb(0, 0, 0); text-wrap-mode: wrap; background-color: rgb(251, 251, 251);&quot;&gt;ActivitiesCategories&lt;/span&gt;.&lt;/span&gt;&lt;span style=&quot;color: rgb(0, 0, 0); text-align: left; text-wrap-mode: nowrap;&quot;&gt;CategoriesId&amp;nbsp;&lt;/span&gt;" style="text;whiteSpace=wrap;html=1;fontStyle=0;align=center;fillColor=default;" parent="1" vertex="1">
+                     <mxGeometry x="103.5" y="511" width="194" height="42" as="geometry"/>
+                 </mxCell>
            </root>
        </mxGraphModel>
    </diagram>
</mxfile>